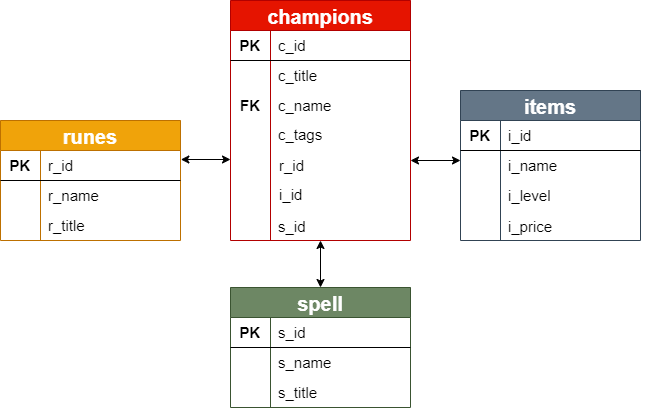
sujeong-jang-creator/JSJB_MiniProject keeps this draw.io diagram as Main_Project/diagram/diagram.png. Above is the earlier version. Source tidied: cells renumbered, new cells last; positions are measured from the earlier drawing's top-left corner, leaving out a move shared by most shapes. The source it was exported from:
```xml
<mxGraphModel>
  <root>
    <mxCell id="0" />
    <mxCell id="1" parent="0" />
    <mxCell id="2" value="items" style="shape=table;startSize=30;rowLines=0;fontStyle=1;align=center;fontSize=20;fillColor=#647687;strokeColor=#314354;fontColor=#ffffff;" parent="1" vertex="1">
      <mxGeometry x="460" y="90" width="180" height="150" as="geometry" />
    </mxCell>
    <mxCell id="3" style="shape=partialRectangle;html=1;whiteSpace=wrap;fillColor=none;top=0;left=0;bottom=1;right=0;" parent="2" vertex="1">
      <mxGeometry y="30" width="180" height="30" as="geometry" />
    </mxCell>
    <mxCell id="4" value="&lt;b&gt;&lt;font style=&quot;font-size: 15px&quot;&gt;PK&lt;/font&gt;&lt;/b&gt;" style="shape=partialRectangle;html=1;whiteSpace=wrap;fillColor=none;top=0;left=0;bottom=0;right=0;overflow=hidden;" parent="3" vertex="1">
      <mxGeometry width="40" height="30" as="geometry" />
    </mxCell>
    <mxCell id="5" value="&lt;font style=&quot;font-size: 15px&quot;&gt;i_id&lt;/font&gt;" style="shape=partialRectangle;html=1;whiteSpace=wrap;fillColor=none;top=0;left=0;bottom=0;right=0;align=left;spacingLeft=6;overflow=hidden;" parent="3" vertex="1">
      <mxGeometry x="40" width="140" height="30" as="geometry" />
    </mxCell>
    <mxCell id="6" style="shape=partialRectangle;html=1;whiteSpace=wrap;fillColor=none;top=0;left=0;bottom=0;right=0;" parent="2" vertex="1">
      <mxGeometry y="60" width="180" height="30" as="geometry" />
    </mxCell>
    <mxCell id="7" style="shape=partialRectangle;html=1;whiteSpace=wrap;fillColor=none;top=0;left=0;bottom=0;right=0;overflow=hidden;" parent="6" vertex="1">
      <mxGeometry width="40" height="30" as="geometry" />
    </mxCell>
    <mxCell id="8" value="&lt;span style=&quot;font-size: 15px&quot;&gt;i_name&lt;/span&gt;" style="shape=partialRectangle;html=1;whiteSpace=wrap;fillColor=none;top=0;left=0;bottom=0;right=0;align=left;spacingLeft=6;overflow=hidden;" parent="6" vertex="1">
      <mxGeometry x="40" width="140" height="30" as="geometry" />
    </mxCell>
    <mxCell id="9" style="shape=partialRectangle;html=1;whiteSpace=wrap;fillColor=none;top=0;left=0;bottom=0;right=0;" parent="2" vertex="1">
      <mxGeometry y="90" width="180" height="30" as="geometry" />
    </mxCell>
    <mxCell id="10" style="shape=partialRectangle;html=1;whiteSpace=wrap;fillColor=none;top=0;left=0;bottom=0;right=0;overflow=hidden;" parent="9" vertex="1">
      <mxGeometry width="40" height="30" as="geometry" />
    </mxCell>
    <mxCell id="11" value="&lt;span style=&quot;font-size: 15px&quot;&gt;i_level&lt;/span&gt;" style="shape=partialRectangle;html=1;whiteSpace=wrap;fillColor=none;top=0;left=0;bottom=0;right=0;align=left;spacingLeft=6;overflow=hidden;" parent="9" vertex="1">
      <mxGeometry x="40" width="140" height="30" as="geometry" />
    </mxCell>
    <mxCell id="12" style="shape=partialRectangle;html=1;whiteSpace=wrap;fillColor=none;top=0;left=0;bottom=0;right=0;" parent="1" vertex="1">
      <mxGeometry x="490" y="160" width="180" height="30" as="geometry" />
    </mxCell>
    <mxCell id="13" style="shape=partialRectangle;html=1;whiteSpace=wrap;fillColor=none;top=0;left=0;bottom=0;right=0;" parent="1" vertex="1">
      <mxGeometry x="490" y="170" width="180" height="30" as="geometry" />
    </mxCell>
    <mxCell id="14" style="shape=partialRectangle;html=1;whiteSpace=wrap;fillColor=none;top=0;left=0;bottom=0;right=0;overflow=hidden;" parent="13" vertex="1">
      <mxGeometry width="40" height="30" as="geometry" />
    </mxCell>
    <mxCell id="15" style="group;" parent="1" vertex="1">
      <mxGeometry x="230" width="180" height="248" as="geometry" />
    </mxCell>
    <mxCell id="16" value="champions" style="shape=table;startSize=30;rowLines=0;fontStyle=1;align=center;fontSize=20;fillColor=#e51400;strokeColor=#B20000;fontColor=#ffffff;" parent="15" vertex="1">
      <mxGeometry width="180" height="240" as="geometry" />
    </mxCell>
    <mxCell id="17" style="shape=partialRectangle;html=1;whiteSpace=wrap;fillColor=none;top=0;left=0;bottom=1;right=0;" parent="16" vertex="1">
      <mxGeometry y="30" width="180" height="30" as="geometry" />
    </mxCell>
    <mxCell id="18" value="&lt;b&gt;&lt;font style=&quot;font-size: 15px&quot;&gt;PK&lt;/font&gt;&lt;/b&gt;" style="shape=partialRectangle;html=1;whiteSpace=wrap;fillColor=none;top=0;left=0;bottom=0;right=0;overflow=hidden;" parent="17" vertex="1">
      <mxGeometry width="40" height="30" as="geometry" />
    </mxCell>
    <mxCell id="19" value="&lt;font style=&quot;font-size: 15px&quot;&gt;c_id&lt;/font&gt;" style="shape=partialRectangle;html=1;whiteSpace=wrap;fillColor=none;top=0;left=0;bottom=0;right=0;align=left;spacingLeft=6;overflow=hidden;" parent="17" vertex="1">
      <mxGeometry x="40" width="140" height="30" as="geometry" />
    </mxCell>
    <mxCell id="20" style="shape=partialRectangle;html=1;whiteSpace=wrap;fillColor=none;top=0;left=0;bottom=0;right=0;" parent="16" vertex="1">
      <mxGeometry y="60" width="180" height="30" as="geometry" />
    </mxCell>
    <mxCell id="21" style="shape=partialRectangle;html=1;whiteSpace=wrap;fillColor=none;top=0;left=0;bottom=0;right=0;overflow=hidden;" parent="20" vertex="1">
      <mxGeometry width="40" height="30" as="geometry" />
    </mxCell>
    <mxCell id="22" value="&lt;span style=&quot;font-size: 15px&quot;&gt;c_title&lt;/span&gt;" style="shape=partialRectangle;html=1;whiteSpace=wrap;fillColor=none;top=0;left=0;bottom=0;right=0;align=left;spacingLeft=6;overflow=hidden;" parent="20" vertex="1">
      <mxGeometry x="40" width="140" height="30" as="geometry" />
    </mxCell>
    <mxCell id="23" style="shape=partialRectangle;html=1;whiteSpace=wrap;fillColor=none;top=0;left=0;bottom=0;right=0;" parent="16" vertex="1">
      <mxGeometry y="90" width="180" height="30" as="geometry" />
    </mxCell>
    <mxCell id="24" value="&lt;font style=&quot;font-size: 15px&quot;&gt;&lt;b&gt;FK&lt;/b&gt;&lt;/font&gt;" style="shape=partialRectangle;html=1;whiteSpace=wrap;fillColor=none;top=0;left=0;bottom=0;right=0;overflow=hidden;" parent="23" vertex="1">
      <mxGeometry width="40" height="30" as="geometry" />
    </mxCell>
    <mxCell id="25" value="&lt;span style=&quot;font-size: 15px&quot;&gt;c_name&lt;/span&gt;" style="shape=partialRectangle;html=1;whiteSpace=wrap;fillColor=none;top=0;left=0;bottom=0;right=0;align=left;spacingLeft=6;overflow=hidden;" parent="23" vertex="1">
      <mxGeometry x="40" width="140" height="30" as="geometry" />
    </mxCell>
    <mxCell id="26" style="shape=partialRectangle;html=1;whiteSpace=wrap;fillColor=none;top=0;left=0;bottom=0;right=0;" parent="15" vertex="1">
      <mxGeometry y="192" width="180" height="48" as="geometry" />
    </mxCell>
    <mxCell id="27" style="shape=partialRectangle;html=1;whiteSpace=wrap;fillColor=none;top=0;left=0;bottom=0;right=0;" parent="15" vertex="1">
      <mxGeometry y="125.2" width="180" height="48" as="geometry" />
    </mxCell>
    <mxCell id="28" style="shape=partialRectangle;html=1;whiteSpace=wrap;fillColor=none;top=0;left=0;bottom=0;right=0;overflow=hidden;" parent="27" vertex="1">
      <mxGeometry width="40" height="48" as="geometry" />
    </mxCell>
    <mxCell id="29" value="&lt;span style=&quot;font-size: 15px&quot;&gt;c_tags&lt;/span&gt;" style="shape=partialRectangle;html=1;whiteSpace=wrap;fillColor=none;top=0;left=0;bottom=0;right=0;align=left;spacingLeft=6;overflow=hidden;" parent="15" vertex="1">
      <mxGeometry x="40" y="109.8" width="140" height="48" as="geometry" />
    </mxCell>
    <mxCell id="30" value="&lt;span style=&quot;font-size: 15px&quot;&gt;r_id&lt;/span&gt;" style="shape=partialRectangle;html=1;whiteSpace=wrap;fillColor=none;top=0;left=0;bottom=0;right=0;align=left;spacingLeft=6;overflow=hidden;" parent="15" vertex="1">
      <mxGeometry x="41" y="140.8" width="140" height="48" as="geometry" />
    </mxCell>
    <mxCell id="31" value="&lt;span style=&quot;font-size: 15px&quot;&gt;i_id&lt;/span&gt;" style="shape=partialRectangle;html=1;whiteSpace=wrap;fillColor=none;top=0;left=0;bottom=0;right=0;align=left;spacingLeft=6;overflow=hidden;" parent="15" vertex="1">
      <mxGeometry x="41" y="170.5" width="140" height="48" as="geometry" />
    </mxCell>
    <mxCell id="32" style="group;" parent="1" vertex="1">
      <mxGeometry y="110" width="180" height="150" as="geometry" />
    </mxCell>
    <mxCell id="33" value="runes" style="shape=table;startSize=30;rowLines=0;fontStyle=1;align=center;fontSize=20;fillColor=#f0a30a;strokeColor=#BD7000;fontColor=#FFFFFF;" parent="32" vertex="1">
      <mxGeometry y="10" width="180" height="120" as="geometry" />
    </mxCell>
    <mxCell id="34" style="shape=partialRectangle;html=1;whiteSpace=wrap;fillColor=none;top=0;left=0;bottom=1;right=0;points=[[0,0.5],[1,0.5]];portConstraint=eastwest;" parent="33" vertex="1">
      <mxGeometry y="30" width="180" height="30" as="geometry" />
    </mxCell>
    <mxCell id="35" value="&lt;b&gt;&lt;font style=&quot;font-size: 15px&quot;&gt;PK&lt;/font&gt;&lt;/b&gt;" style="shape=partialRectangle;html=1;whiteSpace=wrap;fillColor=none;top=0;left=0;bottom=0;right=0;overflow=hidden;" parent="34" vertex="1">
      <mxGeometry width="40" height="30" as="geometry" />
    </mxCell>
    <mxCell id="36" value="&lt;font style=&quot;font-size: 15px&quot;&gt;r_id&lt;/font&gt;" style="shape=partialRectangle;html=1;whiteSpace=wrap;fillColor=none;top=0;left=0;bottom=0;right=0;align=left;spacingLeft=6;overflow=hidden;" parent="34" vertex="1">
      <mxGeometry x="40" width="140" height="30" as="geometry" />
    </mxCell>
    <mxCell id="37" style="shape=partialRectangle;html=1;whiteSpace=wrap;fillColor=none;top=0;left=0;bottom=0;right=0;" parent="33" vertex="1">
      <mxGeometry y="60" width="180" height="30" as="geometry" />
    </mxCell>
    <mxCell id="38" style="shape=partialRectangle;html=1;whiteSpace=wrap;fillColor=none;top=0;left=0;bottom=0;right=0;overflow=hidden;" parent="37" vertex="1">
      <mxGeometry width="40" height="30" as="geometry" />
    </mxCell>
    <mxCell id="39" style="shape=partialRectangle;html=1;whiteSpace=wrap;fillColor=none;top=0;left=0;bottom=0;right=0;align=left;spacingLeft=6;overflow=hidden;" parent="37" vertex="1">
      <mxGeometry x="40" width="140" height="30" as="geometry" />
    </mxCell>
    <mxCell id="40" style="shape=partialRectangle;html=1;whiteSpace=wrap;fillColor=none;top=0;left=0;bottom=0;right=0;" parent="33" vertex="1">
      <mxGeometry y="90" width="180" height="30" as="geometry" />
    </mxCell>
    <mxCell id="41" style="shape=partialRectangle;html=1;whiteSpace=wrap;fillColor=none;top=0;left=0;bottom=0;right=0;overflow=hidden;" parent="40" vertex="1">
      <mxGeometry width="40" height="30" as="geometry" />
    </mxCell>
    <mxCell id="42" style="shape=partialRectangle;html=1;whiteSpace=wrap;fillColor=none;top=0;left=0;bottom=0;right=0;align=left;spacingLeft=6;overflow=hidden;" parent="40" vertex="1">
      <mxGeometry x="40" width="140" height="30" as="geometry" />
    </mxCell>
    <mxCell id="43" style="shape=partialRectangle;html=1;whiteSpace=wrap;fillColor=none;top=0;left=0;bottom=0;right=0;" parent="32" vertex="1">
      <mxGeometry y="130" width="180" as="geometry" />
    </mxCell>
    <mxCell id="44" style="shape=partialRectangle;html=1;whiteSpace=wrap;fillColor=none;top=0;left=0;bottom=0;right=0;" parent="32" vertex="1">
      <mxGeometry y="70" width="180" height="30" as="geometry" />
    </mxCell>
    <mxCell id="45" style="shape=partialRectangle;html=1;whiteSpace=wrap;fillColor=none;top=0;left=0;bottom=0;right=0;overflow=hidden;" parent="44" vertex="1">
      <mxGeometry width="40" height="30" as="geometry" />
    </mxCell>
    <mxCell id="46" value="&lt;span style=&quot;font-size: 15px&quot;&gt;r_name&lt;/span&gt;" style="shape=partialRectangle;html=1;whiteSpace=wrap;fillColor=none;top=0;left=0;bottom=0;right=0;align=left;spacingLeft=6;overflow=hidden;" parent="44" vertex="1">
      <mxGeometry x="40" width="140" height="30" as="geometry" />
    </mxCell>
    <mxCell id="47" style="shape=partialRectangle;html=1;whiteSpace=wrap;fillColor=none;top=0;left=0;bottom=0;right=0;" parent="32" vertex="1">
      <mxGeometry y="100" width="180" height="30" as="geometry" />
    </mxCell>
    <mxCell id="48" style="shape=partialRectangle;html=1;whiteSpace=wrap;fillColor=none;top=0;left=0;bottom=0;right=0;overflow=hidden;" parent="47" vertex="1">
      <mxGeometry width="40" height="30" as="geometry" />
    </mxCell>
    <mxCell id="49" value="&lt;span style=&quot;font-size: 15px&quot;&gt;r_title&lt;/span&gt;" style="shape=partialRectangle;html=1;whiteSpace=wrap;fillColor=none;top=0;left=0;bottom=0;right=0;align=left;spacingLeft=6;overflow=hidden;" parent="47" vertex="1">
      <mxGeometry x="40" width="140" height="30" as="geometry" />
    </mxCell>
    <mxCell id="50" value="spell" style="shape=table;startSize=30;rowLines=0;fontStyle=1;align=center;fontSize=20;fillColor=#6d8764;strokeColor=#3A5431;fontColor=#ffffff;" parent="1" vertex="1">
      <mxGeometry x="230" y="287" width="180" height="120" as="geometry" />
    </mxCell>
    <mxCell id="51" style="shape=partialRectangle;html=1;whiteSpace=wrap;fillColor=none;top=0;left=0;bottom=1;right=0;" parent="50" vertex="1">
      <mxGeometry y="30" width="180" height="30" as="geometry" />
    </mxCell>
    <mxCell id="52" value="&lt;b&gt;&lt;font style=&quot;font-size: 15px&quot;&gt;PK&lt;/font&gt;&lt;/b&gt;" style="shape=partialRectangle;html=1;whiteSpace=wrap;fillColor=none;top=0;left=0;bottom=0;right=0;overflow=hidden;" parent="51" vertex="1">
      <mxGeometry width="40" height="30" as="geometry" />
    </mxCell>
    <mxCell id="53" value="&lt;font style=&quot;font-size: 15px&quot;&gt;s_id&lt;/font&gt;" style="shape=partialRectangle;html=1;whiteSpace=wrap;fillColor=none;top=0;left=0;bottom=0;right=0;align=left;spacingLeft=6;overflow=hidden;" parent="51" vertex="1">
      <mxGeometry x="40" width="140" height="30" as="geometry" />
    </mxCell>
    <mxCell id="54" style="shape=partialRectangle;html=1;whiteSpace=wrap;fillColor=none;top=0;left=0;bottom=0;right=0;" parent="50" vertex="1">
      <mxGeometry y="60" width="180" height="30" as="geometry" />
    </mxCell>
    <mxCell id="55" style="shape=partialRectangle;html=1;whiteSpace=wrap;fillColor=none;top=0;left=0;bottom=0;right=0;overflow=hidden;" parent="54" vertex="1">
      <mxGeometry width="40" height="30" as="geometry" />
    </mxCell>
    <mxCell id="56" value="&lt;span style=&quot;font-size: 15px&quot;&gt;s_name&lt;/span&gt;" style="shape=partialRectangle;html=1;whiteSpace=wrap;fillColor=none;top=0;left=0;bottom=0;right=0;align=left;spacingLeft=6;overflow=hidden;" parent="54" vertex="1">
      <mxGeometry x="40" width="140" height="30" as="geometry" />
    </mxCell>
    <mxCell id="57" style="shape=partialRectangle;html=1;whiteSpace=wrap;fillColor=none;top=0;left=0;bottom=0;right=0;" parent="50" vertex="1">
      <mxGeometry y="90" width="180" height="30" as="geometry" />
    </mxCell>
    <mxCell id="58" style="shape=partialRectangle;html=1;whiteSpace=wrap;fillColor=none;top=0;left=0;bottom=0;right=0;overflow=hidden;" parent="57" vertex="1">
      <mxGeometry width="40" height="30" as="geometry" />
    </mxCell>
    <mxCell id="59" value="&lt;span style=&quot;font-size: 15px&quot;&gt;s_title&lt;/span&gt;" style="shape=partialRectangle;html=1;whiteSpace=wrap;fillColor=none;top=0;left=0;bottom=0;right=0;align=left;spacingLeft=6;overflow=hidden;" parent="57" vertex="1">
      <mxGeometry x="40" width="140" height="30" as="geometry" />
    </mxCell>
    <mxCell id="60" value="&lt;span style=&quot;font-size: 15px&quot;&gt;s_id&lt;/span&gt;" style="shape=partialRectangle;html=1;whiteSpace=wrap;fillColor=none;top=0;left=0;bottom=0;right=0;align=left;spacingLeft=6;overflow=hidden;" parent="1" vertex="1">
      <mxGeometry x="270" y="202" width="140" height="48" as="geometry" />
    </mxCell>
    <mxCell id="61" style="endArrow=classic;startArrow=classic;html=1;fontSize=20;fontColor=#FFFFFF;" parent="1" edge="1">
      <mxGeometry relative="1" as="geometry">
        <mxPoint x="410" y="160" as="sourcePoint" />
        <mxPoint x="460" y="160" as="targetPoint" />
      </mxGeometry>
    </mxCell>
    <mxCell id="62" style="endArrow=classic;startArrow=classic;html=1;fontSize=20;fontColor=#FFFFFF;entryX=1.002;entryY=0.3;entryDx=0;entryDy=0;entryPerimeter=0;" parent="1" edge="1" target="34">
      <mxGeometry relative="1" as="geometry">
        <mxPoint x="230" y="159" as="sourcePoint" />
      </mxGeometry>
    </mxCell>
    <mxCell id="63" style="endArrow=classic;startArrow=classic;html=1;fontSize=20;fontColor=#FFFFFF;exitX=0.5;exitY=0;exitDx=0;exitDy=0;" parent="1" edge="1" source="50">
      <mxGeometry relative="1" as="geometry">
        <mxPoint x="320" y="240" as="targetPoint" />
      </mxGeometry>
    </mxCell>
    <mxCell id="64" value="&lt;font style=&quot;font-size: 15px&quot;&gt;i_price&lt;/font&gt;" style="text;html=1;strokeColor=none;fillColor=none;align=center;verticalAlign=middle;whiteSpace=wrap;rounded=0;" parent="1" vertex="1">
      <mxGeometry x="510" y="216" width="40" height="20" as="geometry" />
    </mxCell>
  </root>
</mxGraphModel>
```
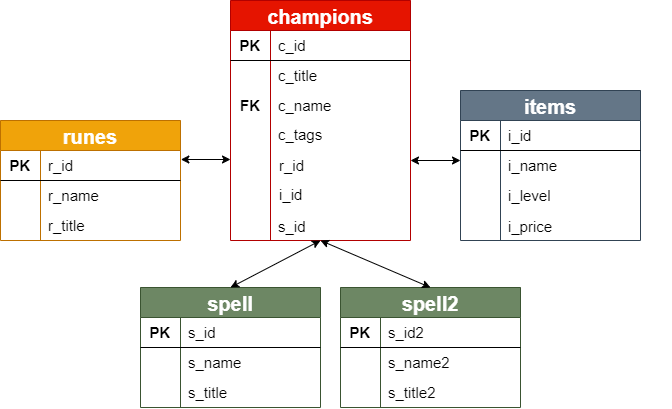
The same diagram one commit later.

Commit message:
add table [spell2]

add table [spell2]

Diff of the diagram source:
```diff
@@ -147,7 +147,7 @@
       <mxGeometry x="40" width="140" height="30" as="geometry" />
     </mxCell>
     <mxCell id="50" value="spell" style="shape=table;startSize=30;rowLines=0;fontStyle=1;align=center;fontSize=20;fillColor=#6d8764;strokeColor=#3A5431;fontColor=#ffffff;" parent="1" vertex="1">
-      <mxGeometry x="230" y="287" width="180" height="120" as="geometry" />
+      <mxGeometry x="140" y="287" width="180" height="120" as="geometry" />
     </mxCell>
     <mxCell id="51" style="shape=partialRectangle;html=1;whiteSpace=wrap;fillColor=none;top=0;left=0;bottom=1;right=0;" parent="50" vertex="1">
       <mxGeometry y="30" width="180" height="30" as="geometry" />
@@ -198,5 +198,40 @@
     <mxCell id="64" value="&lt;font style=&quot;font-size: 15px&quot;&gt;i_price&lt;/font&gt;" style="text;html=1;strokeColor=none;fillColor=none;align=center;verticalAlign=middle;whiteSpace=wrap;rounded=0;" parent="1" vertex="1">
       <mxGeometry x="510" y="216" width="40" height="20" as="geometry" />
     </mxCell>
+    <mxCell id="65" value="spell2" style="shape=table;startSize=30;rowLines=0;fontStyle=1;align=center;fontSize=20;fillColor=#6d8764;strokeColor=#3A5431;fontColor=#ffffff;" parent="1" vertex="1">
+      <mxGeometry x="340" y="287" width="180" height="120" as="geometry" />
+    </mxCell>
+    <mxCell id="66" style="shape=partialRectangle;html=1;whiteSpace=wrap;fillColor=none;top=0;left=0;bottom=1;right=0;" parent="65" vertex="1">
+      <mxGeometry y="30" width="180" height="30" as="geometry" />
+    </mxCell>
+    <mxCell id="67" value="&lt;b&gt;&lt;font style=&quot;font-size: 15px&quot;&gt;PK&lt;/font&gt;&lt;/b&gt;" style="shape=partialRectangle;html=1;whiteSpace=wrap;fillColor=none;top=0;left=0;bottom=0;right=0;overflow=hidden;" parent="66" vertex="1">
+      <mxGeometry width="40" height="30" as="geometry" />
+    </mxCell>
+    <mxCell id="68" value="&lt;font style=&quot;font-size: 15px&quot;&gt;s_id2&lt;/font&gt;" style="shape=partialRectangle;html=1;whiteSpace=wrap;fillColor=none;top=0;left=0;bottom=0;right=0;align=left;spacingLeft=6;overflow=hidden;" parent="66" vertex="1">
+      <mxGeometry x="40" width="140" height="30" as="geometry" />
+    </mxCell>
+    <mxCell id="69" style="shape=partialRectangle;html=1;whiteSpace=wrap;fillColor=none;top=0;left=0;bottom=0;right=0;" parent="65" vertex="1">
+      <mxGeometry y="60" width="180" height="30" as="geometry" />
+    </mxCell>
+    <mxCell id="70" style="shape=partialRectangle;html=1;whiteSpace=wrap;fillColor=none;top=0;left=0;bottom=0;right=0;overflow=hidden;" parent="69" vertex="1">
+      <mxGeometry width="40" height="30" as="geometry" />
+    </mxCell>
+    <mxCell id="71" value="&lt;span style=&quot;font-size: 15px&quot;&gt;s_name2&lt;/span&gt;" style="shape=partialRectangle;html=1;whiteSpace=wrap;fillColor=none;top=0;left=0;bottom=0;right=0;align=left;spacingLeft=6;overflow=hidden;" parent="69" vertex="1">
+      <mxGeometry x="40" width="140" height="30" as="geometry" />
+    </mxCell>
+    <mxCell id="72" style="shape=partialRectangle;html=1;whiteSpace=wrap;fillColor=none;top=0;left=0;bottom=0;right=0;" parent="65" vertex="1">
+      <mxGeometry y="90" width="180" height="30" as="geometry" />
+    </mxCell>
+    <mxCell id="73" style="shape=partialRectangle;html=1;whiteSpace=wrap;fillColor=none;top=0;left=0;bottom=0;right=0;overflow=hidden;" parent="72" vertex="1">
+      <mxGeometry width="40" height="30" as="geometry" />
+    </mxCell>
+    <mxCell id="74" value="&lt;span style=&quot;font-size: 15px&quot;&gt;s_title2&lt;/span&gt;" style="shape=partialRectangle;html=1;whiteSpace=wrap;fillColor=none;top=0;left=0;bottom=0;right=0;align=left;spacingLeft=6;overflow=hidden;" parent="72" vertex="1">
+      <mxGeometry x="40" width="140" height="30" as="geometry" />
+    </mxCell>
+    <mxCell id="75" style="endArrow=classic;startArrow=classic;html=1;fontSize=20;fontColor=#FFFFFF;exitX=0.5;exitY=0;exitDx=0;exitDy=0;" parent="1" edge="1" source="65">
+      <mxGeometry relative="1" as="geometry">
+        <mxPoint x="320" y="240" as="targetPoint" />
+      </mxGeometry>
+    </mxCell>
   </root>
 </mxGraphModel>
```
